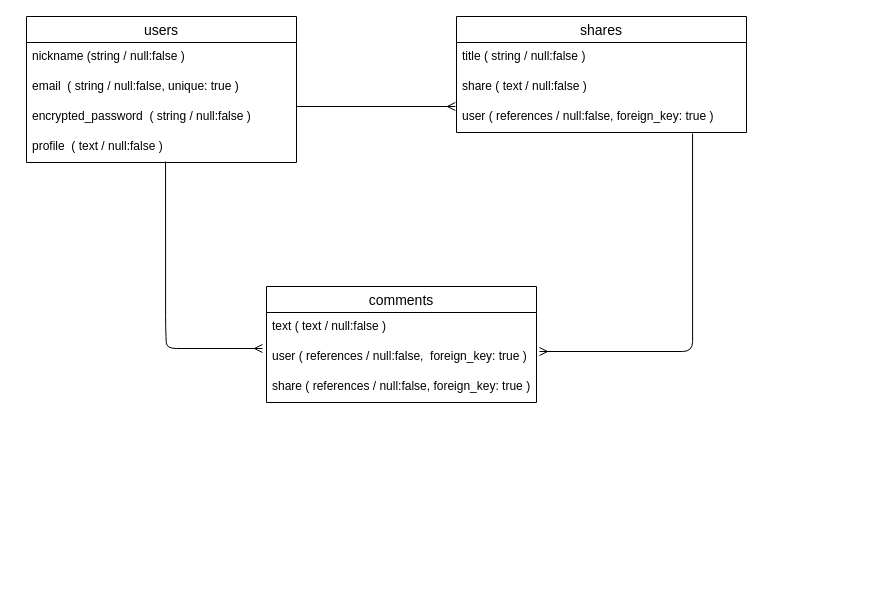
Above: test.dio in akiko777/ecoshare (draw.io), before the change. Source tidied: cells renumbered, new cells numbered last; positions are measured from the earlier drawing's top-left corner, leaving out a move shared by most shapes. Both pictures are drawn from the tidied source at 100%, with x=0, y=0 at pixel (26, 16).
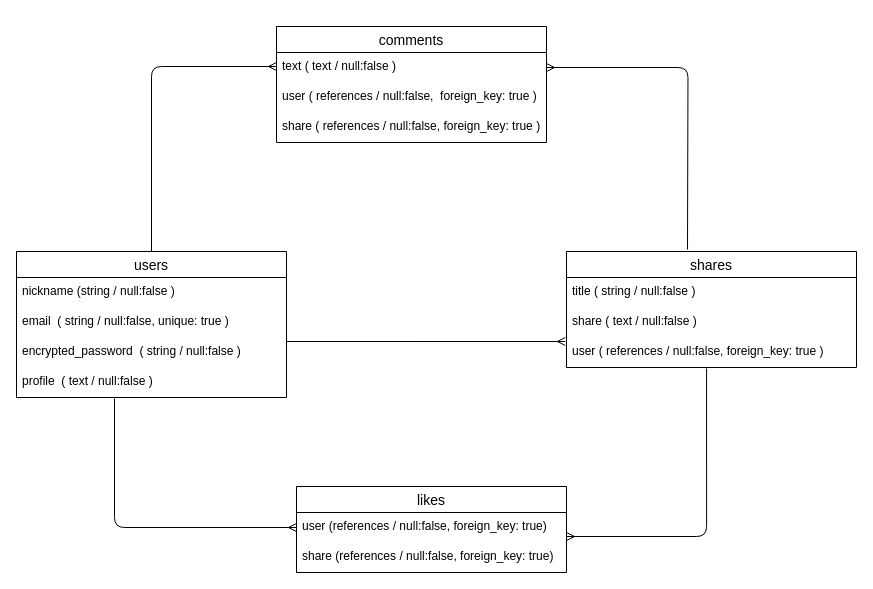
After the change.

Unchanged cells that the change refers to:
```xml
<mxCell id="6" value="profile  ( text / null:false )" style="text;strokeColor=none;fillColor=none;spacingLeft=4;spacingRight=4;overflow=hidden;points=[[0,0.5],[1,0.5]];portConstraint=eastwest;fontSize=12;" parent="2" vertex="1">
  <mxGeometry y="116" width="270" height="30" as="geometry" />
</mxCell>
<mxCell id="9" value="share ( text / null:false )" style="text;strokeColor=none;fillColor=none;spacingLeft=4;spacingRight=4;overflow=hidden;points=[[0,0.5],[1,0.5]];portConstraint=eastwest;fontSize=12;" parent="7" vertex="1">
  <mxGeometry y="56" width="290" height="30" as="geometry" />
</mxCell>
<mxCell id="10" value="user ( references / null:false, foreign_key: true ) " style="text;strokeColor=none;fillColor=none;spacingLeft=4;spacingRight=4;overflow=hidden;points=[[0,0.5],[1,0.5]];portConstraint=eastwest;fontSize=12;" parent="7" vertex="1">
  <mxGeometry y="86" width="290" height="30" as="geometry" />
</mxCell>
<mxCell id="12" value="text ( text / null:false )" style="text;strokeColor=none;fillColor=none;spacingLeft=4;spacingRight=4;overflow=hidden;points=[[0,0.5],[1,0.5]];portConstraint=eastwest;fontSize=12;" parent="11" vertex="1">
  <mxGeometry y="26" width="270" height="30" as="geometry" />
</mxCell>
<mxCell id="13" value="user ( references / null:false,  foreign_key: true )" style="text;strokeColor=none;fillColor=none;spacingLeft=4;spacingRight=4;overflow=hidden;points=[[0,0.5],[1,0.5]];portConstraint=eastwest;fontSize=12;" parent="11" vertex="1">
  <mxGeometry y="56" width="270" height="30" as="geometry" />
</mxCell>
```

Change to the diagram source:
```diff
@@
     <mxCell id="2" value="users" style="swimlane;fontStyle=0;horizontal=1;startSize=26;align=center;fontSize=14;" parent="1" vertex="1">
-      <mxGeometry width="270" height="146" as="geometry" />
+      <mxGeometry x="-10" y="235" width="270" height="146" as="geometry" />
     </mxCell>
@@
     <mxCell id="7" value="shares" style="swimlane;fontStyle=0;horizontal=1;startSize=26;align=center;fontSize=14;" parent="1" vertex="1">
-      <mxGeometry x="430" width="290" height="116" as="geometry" />
+      <mxGeometry x="540" y="235" width="290" height="116" as="geometry" />
     </mxCell>
@@
+    <mxCell id="18" style="edgeStyle=orthogonalEdgeStyle;fontSize=12;html=1;endArrow=ERmany;entryX=0.483;entryY=1.033;entryDx=0;entryDy=0;entryPerimeter=0;exitX=0.483;exitY=1.033;exitDx=0;exitDy=0;exitPerimeter=0;" parent="7" edge="1" source="10">
+      <mxGeometry relative="1" as="geometry">
+        <mxPoint y="285" as="targetPoint" />
+        <Array as="points">
+          <mxPoint x="140" y="285" />
+        </Array>
+      </mxGeometry>
+    </mxCell>
     <mxCell id="11" value="comments" style="swimlane;fontStyle=0;horizontal=1;startSize=26;align=center;fontSize=14;" parent="1" vertex="1">
-      <mxGeometry x="240" y="270" width="270" height="116" as="geometry" />
+      <mxGeometry x="250" y="10" width="270" height="116" as="geometry" />
     </mxCell>
@@
-    <mxCell id="15" style="edgeStyle=orthogonalEdgeStyle;fontSize=12;html=1;endArrow=ERmany;entryX=-0.015;entryY=0.2;entryDx=0;entryDy=0;entryPerimeter=0;exitX=0.515;exitY=0.967;exitDx=0;exitDy=0;exitPerimeter=0;" parent="1" edge="1" source="6" target="13">
-      <mxGeometry relative="1" as="geometry">
-        <Array as="points">
-          <mxPoint x="139" y="310" />
-          <mxPoint x="140" y="332" />
-        </Array>
-      </mxGeometry>
-    </mxCell>
     <mxCell id="16" style="fontSize=12;html=1;endArrow=ERmany;entryX=-0.004;entryY=1.133;entryDx=0;entryDy=0;entryPerimeter=0;" parent="1" edge="1" target="9">
       <mxGeometry relative="1" as="geometry">
-        <mxPoint x="270" y="90" as="sourcePoint" />
+        <mxPoint x="260" y="325" as="sourcePoint" />
       </mxGeometry>
     </mxCell>
-    <mxCell id="17" style="edgeStyle=orthogonalEdgeStyle;fontSize=12;html=1;endArrow=ERmany;entryX=1.011;entryY=0.3;entryDx=0;entryDy=0;entryPerimeter=0;exitX=0.814;exitY=1.033;exitDx=0;exitDy=0;exitPerimeter=0;" parent="1" edge="1" source="10" target="13">
-      <mxGeometry relative="1" as="geometry" />
-    </mxCell>
+    <mxCell id="19" style="fontSize=12;html=1;endArrow=ERmany;edgeStyle=orthogonalEdgeStyle;exitX=0.5;exitY=0;exitDx=0;exitDy=0;" parent="1" edge="1" source="2">
+      <mxGeometry relative="1" as="geometry">
+        <mxPoint x="250" y="50" as="targetPoint" />
+        <Array as="points">
+          <mxPoint x="125" y="50" />
+        </Array>
+      </mxGeometry>
+    </mxCell>
+    <mxCell id="20" style="edgeStyle=orthogonalEdgeStyle;fontSize=12;html=1;endArrow=ERmany;entryX=1;entryY=0.5;entryDx=0;entryDy=0;" parent="1" edge="1" target="12">
+      <mxGeometry relative="1" as="geometry">
+        <mxPoint x="661" y="233" as="sourcePoint" />
+      </mxGeometry>
+    </mxCell>
+    <mxCell id="21" value="likes" style="swimlane;fontStyle=0;horizontal=1;startSize=26;align=center;fontSize=14;" parent="1" vertex="1">
+      <mxGeometry x="270" y="470" width="270" height="86" as="geometry" />
+    </mxCell>
+    <mxCell id="22" value="user (references / null:false, foreign_key: true)" style="text;strokeColor=none;fillColor=none;spacingLeft=4;spacingRight=4;overflow=hidden;points=[[0,0.5],[1,0.5]];portConstraint=eastwest;fontSize=12;" parent="21" vertex="1">
+      <mxGeometry y="26" width="270" height="30" as="geometry" />
+    </mxCell>
+    <mxCell id="23" value="share (references / null:false, foreign_key: true)" style="text;strokeColor=none;fillColor=none;spacingLeft=4;spacingRight=4;overflow=hidden;fontSize=12;" parent="21" vertex="1">
+      <mxGeometry y="56" width="270" height="30" as="geometry" />
+    </mxCell>
+    <mxCell id="24" style="edgeStyle=orthogonalEdgeStyle;fontSize=12;html=1;endArrow=ERmany;entryX=0;entryY=0.5;entryDx=0;entryDy=0;exitX=0.363;exitY=1.033;exitDx=0;exitDy=0;exitPerimeter=0;" parent="1" edge="1" source="6" target="22">
+      <mxGeometry relative="1" as="geometry" />
+    </mxCell>
```
